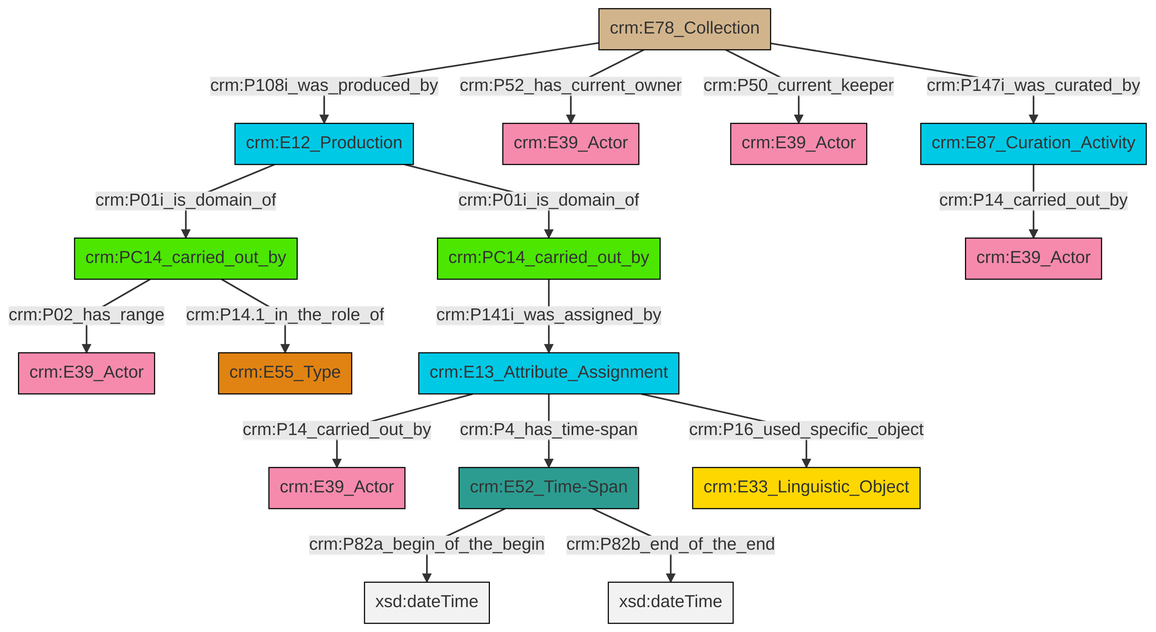
Earlier version of the Mermaid export et/archivalCSV/ttl/mmd/png/archival_relation.png (swiss-art-research-net/docs.swissartresearch). Its source is kept beside it as et/archivalCSV/ttl/mmd/archival_relation.ttl.mmd.
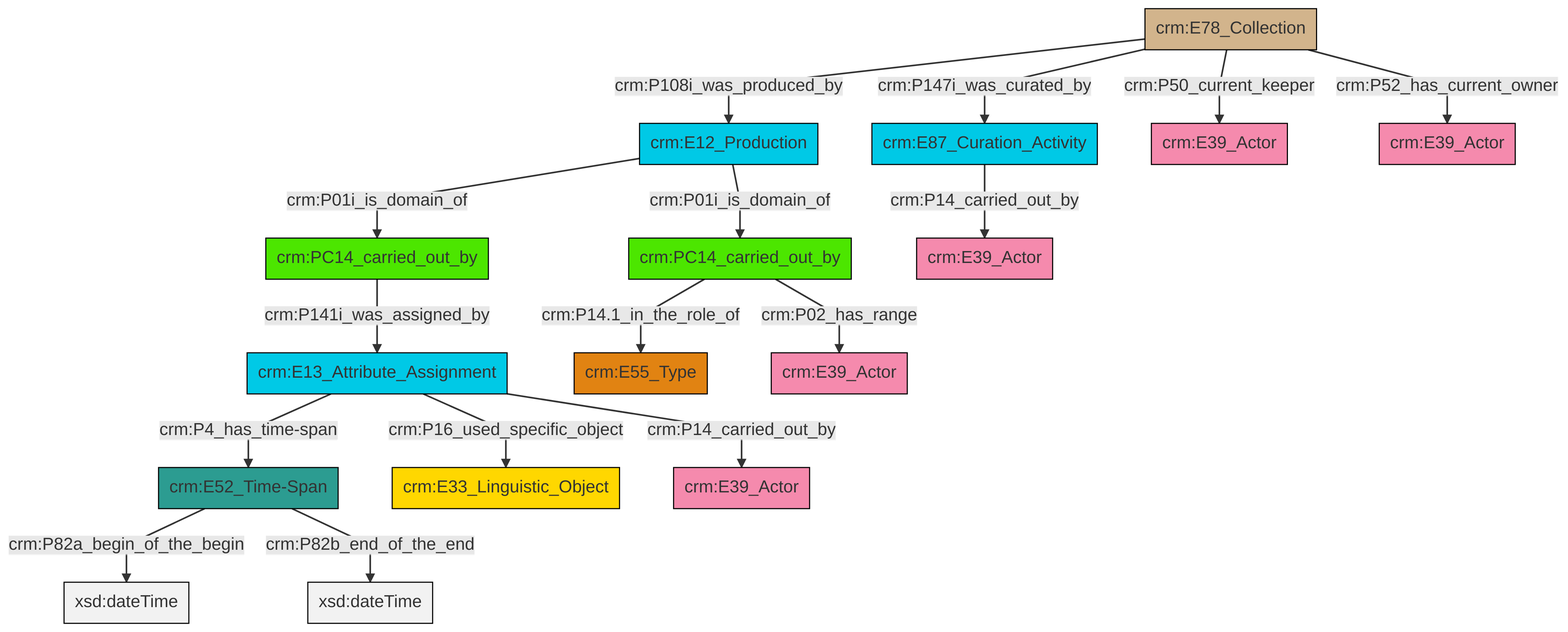
The same diagram one commit later.

The edit, as a diff of the source:
```diff
@@ -13,18 +13,18 @@
 classDef PC_Classes fill:#4ce600, stroke:#000000;
 classDef Multi fill:#cccccc,stroke:#000000;
 
-2["crm:E52_Time-Span"]:::Time-Span -->|crm:P82a_begin_of_the_begin| 3[xsd:dateTime]:::Literal
-6["crm:E78_Collection"]:::Physical_Thing -->|crm:P108i_was_produced_by| 7["crm:E12_Production"]:::Temporal_Entity
-2["crm:E52_Time-Span"]:::Time-Span -->|crm:P82b_end_of_the_end| 11[xsd:dateTime]:::Literal
-0["crm:PC14_carried_out_by"]:::PC_Classes -->|crm:P141i_was_assigned_by| 12["crm:E13_Attribute_Assignment"]:::Temporal_Entity
-6["crm:E78_Collection"]:::Physical_Thing -->|crm:P52_has_current_owner| 15["crm:E39_Actor"]:::Actor
-12["crm:E13_Attribute_Assignment"]:::Temporal_Entity -->|crm:P14_carried_out_by| 24["crm:E39_Actor"]:::Actor
-6["crm:E78_Collection"]:::Physical_Thing -->|crm:P50_current_keeper| 4["crm:E39_Actor"]:::Actor
-12["crm:E13_Attribute_Assignment"]:::Temporal_Entity -->|crm:P4_has_time-span| 2["crm:E52_Time-Span"]:::Time-Span
-7["crm:E12_Production"]:::Temporal_Entity -->|crm:P01i_is_domain_of| 18["crm:PC14_carried_out_by"]:::PC_Classes
-18["crm:PC14_carried_out_by"]:::PC_Classes -->|crm:P02_has_range| 20["crm:E39_Actor"]:::Actor
-12["crm:E13_Attribute_Assignment"]:::Temporal_Entity -->|crm:P16_used_specific_object| 22["crm:E33_Linguistic_Object"]:::Conceptual_Object
-7["crm:E12_Production"]:::Temporal_Entity -->|crm:P01i_is_domain_of| 0["crm:PC14_carried_out_by"]:::PC_Classes
-8["crm:E87_Curation_Activity"]:::Temporal_Entity -->|crm:P14_carried_out_by| 16["crm:E39_Actor"]:::Actor
-18["crm:PC14_carried_out_by"]:::PC_Classes -->|crm:P14.1_in_the_role_of| 26["crm:E55_Type"]:::Type
-6["crm:E78_Collection"]:::Physical_Thing -->|crm:P147i_was_curated_by| 8["crm:E87_Curation_Activity"]:::Temporal_Entity
+0["crm:E52_Time-Span"]:::Time-Span -->|crm:P82a_begin_of_the_begin| 1[xsd:dateTime]:::Literal
+2["crm:E78_Collection"]:::Physical_Thing -->|crm:P147i_was_curated_by| 3["crm:E87_Curation_Activity"]:::Temporal_Entity
+4["crm:E12_Production"]:::Temporal_Entity -->|crm:P01i_is_domain_of| 5["crm:PC14_carried_out_by"]:::PC_Classes
+7["crm:E13_Attribute_Assignment"]:::Temporal_Entity -->|crm:P16_used_specific_object| 8["crm:E33_Linguistic_Object"]:::Conceptual_Object
+7["crm:E13_Attribute_Assignment"]:::Temporal_Entity -->|crm:P14_carried_out_by| 10["crm:E39_Actor"]:::Actor
+2["crm:E78_Collection"]:::Physical_Thing -->|crm:P50_current_keeper| 11["crm:E39_Actor"]:::Actor
+4["crm:E12_Production"]:::Temporal_Entity -->|crm:P01i_is_domain_of| 12["crm:PC14_carried_out_by"]:::PC_Classes
+0["crm:E52_Time-Span"]:::Time-Span -->|crm:P82b_end_of_the_end| 13[xsd:dateTime]:::Literal
+5["crm:PC14_carried_out_by"]:::PC_Classes -->|crm:P141i_was_assigned_by| 7["crm:E13_Attribute_Assignment"]:::Temporal_Entity
+2["crm:E78_Collection"]:::Physical_Thing -->|crm:P108i_was_produced_by| 4["crm:E12_Production"]:::Temporal_Entity
+12["crm:PC14_carried_out_by"]:::PC_Classes -->|crm:P02_has_range| 21["crm:E39_Actor"]:::Actor
+2["crm:E78_Collection"]:::Physical_Thing -->|crm:P52_has_current_owner| 14["crm:E39_Actor"]:::Actor
+3["crm:E87_Curation_Activity"]:::Temporal_Entity -->|crm:P14_carried_out_by| 17["crm:E39_Actor"]:::Actor
+12["crm:PC14_carried_out_by"]:::PC_Classes -->|crm:P14.1_in_the_role_of| 19["crm:E55_Type"]:::Type
+7["crm:E13_Attribute_Assignment"]:::Temporal_Entity -->|crm:P4_has_time-span| 0["crm:E52_Time-Span"]:::Time-Span
```
